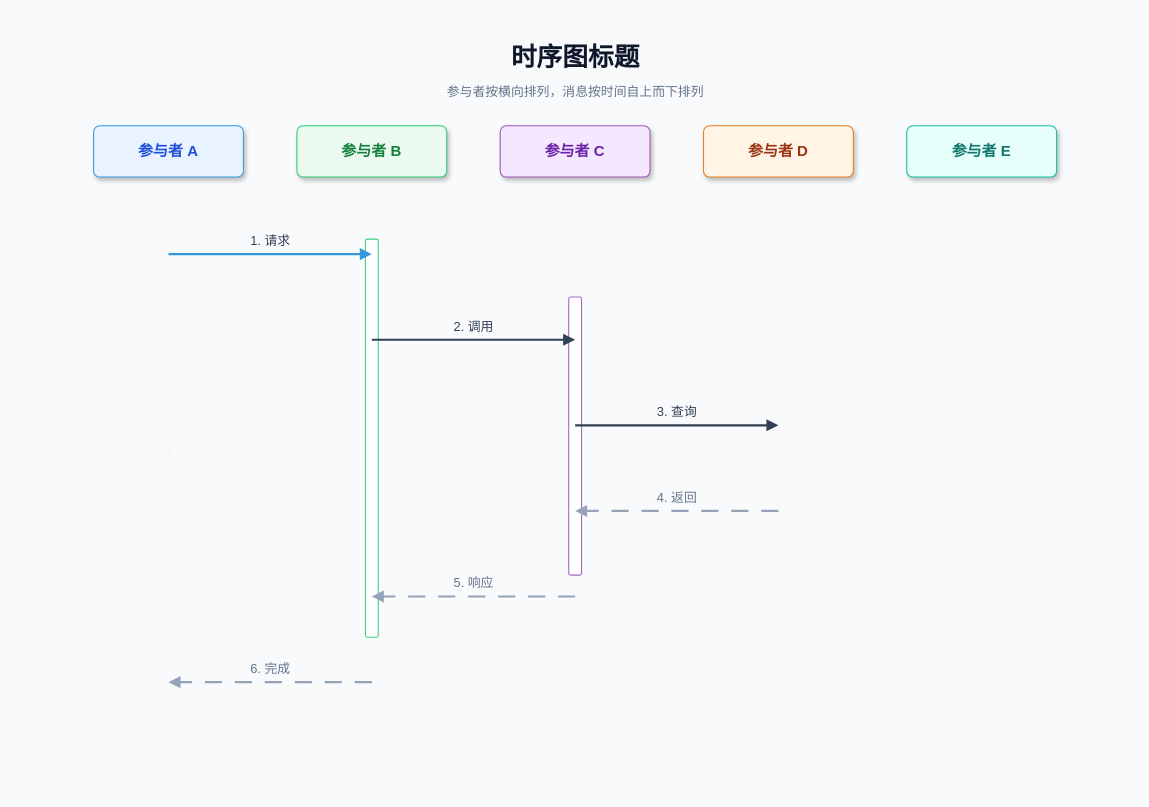
This is .opencode/skills/xml-diagram/templates/sequence/sequence-login.drawio from BeWaterMyFriend7/SKILL-PROJECT, a draw.io file, before an edit. Source tidied: cells renumbered, new cells numbered last; positions are measured from the earlier drawing's top-left corner, leaving out a move shared by most shapes. Both pictures are drawn from the tidied source at 107%, with x=0, y=0 at pixel (18, 18).
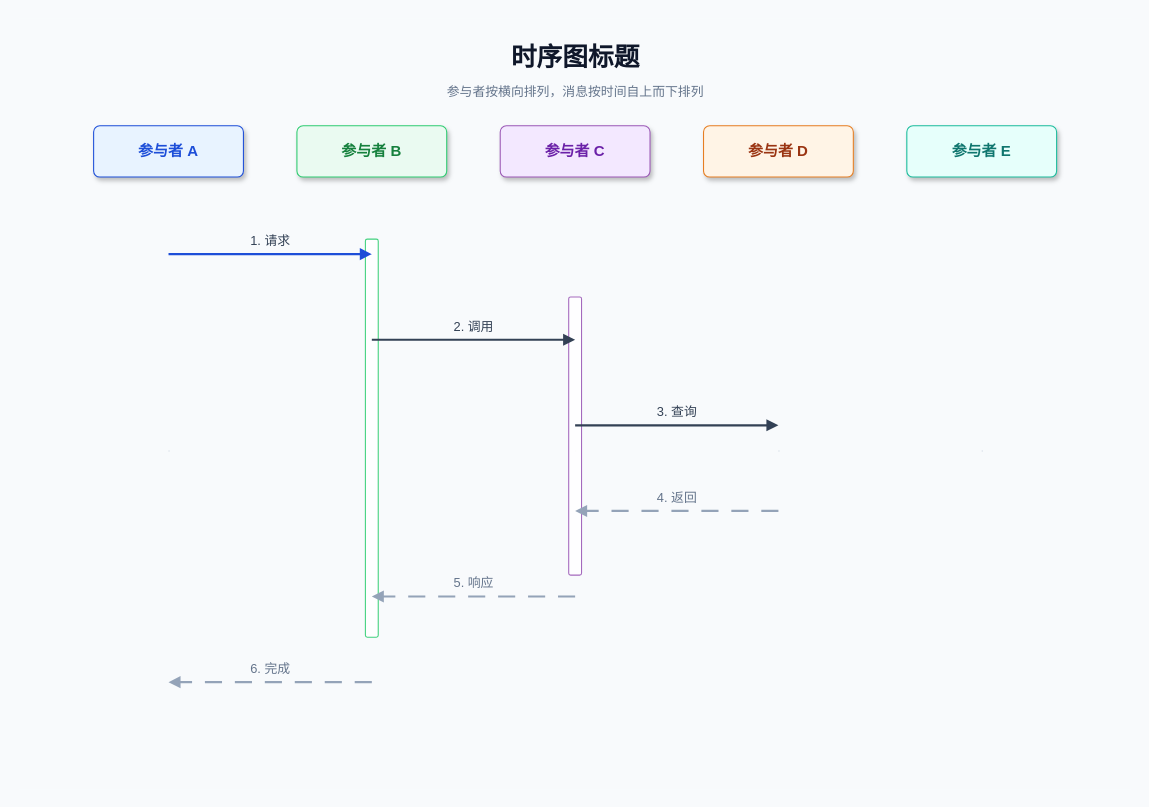
Above is the later version.

Change to the diagram source:
```diff
@@
-    <mxCell id="5" value="参与者 A" style="rounded=1;whiteSpace=wrap;html=1;arcSize=12;fillColor=#e8f3ff;strokeColor=#3498db;fontColor=#1d4ed8;fontSize=14;fontStyle=1;shadow=1;" parent="1" vertex="1">
+    <mxCell id="5" value="参与者 A" style="rounded=1;whiteSpace=wrap;html=1;arcSize=12;fillColor=#e8f3ff;strokeColor=#1D4ED8;fontColor=#1d4ed8;fontSize=14;fontStyle=1;shadow=1;" parent="1" vertex="1">
       <mxGeometry x="70" y="100" width="140" height="48" as="geometry" />
     </mxCell>
@@
-    <mxCell id="17" style="endArrow=block;html=1;rounded=0;edgeStyle=orthogonalEdgeStyle;strokeColor=#3498db;strokeWidth=2;" parent="1" edge="1">
+    <mxCell id="17" style="endArrow=block;html=1;rounded=0;edgeStyle=orthogonalEdgeStyle;strokeColor=#1D4ED8;strokeWidth=2;" parent="1" edge="1">
       <mxGeometry relative="1" as="geometry">
         <mxPoint x="140" y="220" as="sourcePoint" />
         <mxPoint x="330" y="220" as="targetPoint" />
       </mxGeometry>
     </mxCell>
```
